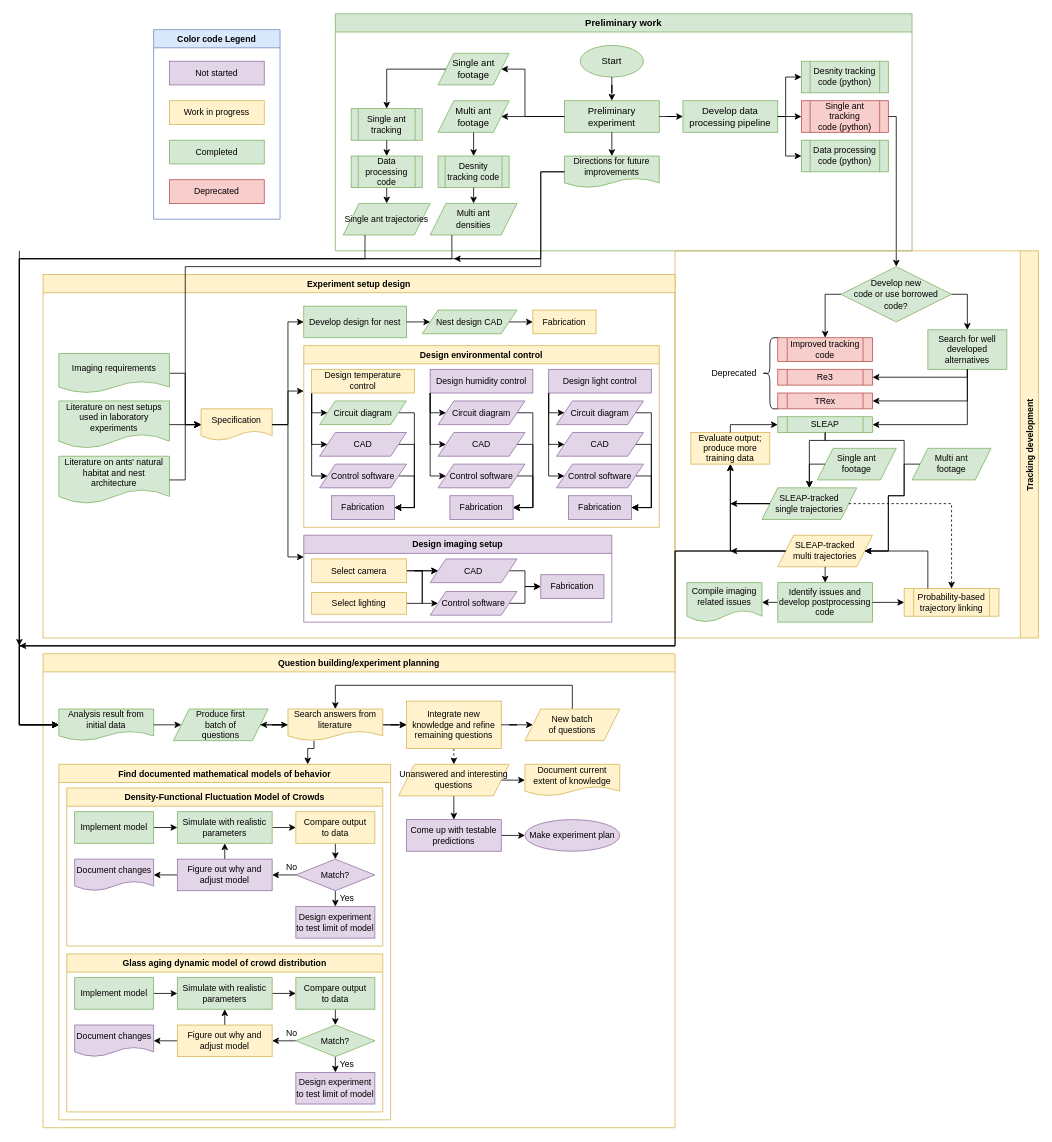
The draw.io diagram research/Progress.drawio in MangledPotat0/diagramsRoot, before the edit. Source tidied: cells renumbered, new cells numbered last; positions are measured from the earlier drawing's top-left corner, leaving out a move shared by most shapes. Both pictures are drawn from the tidied source at 79%, with x=0, y=0 at pixel (19, 13).
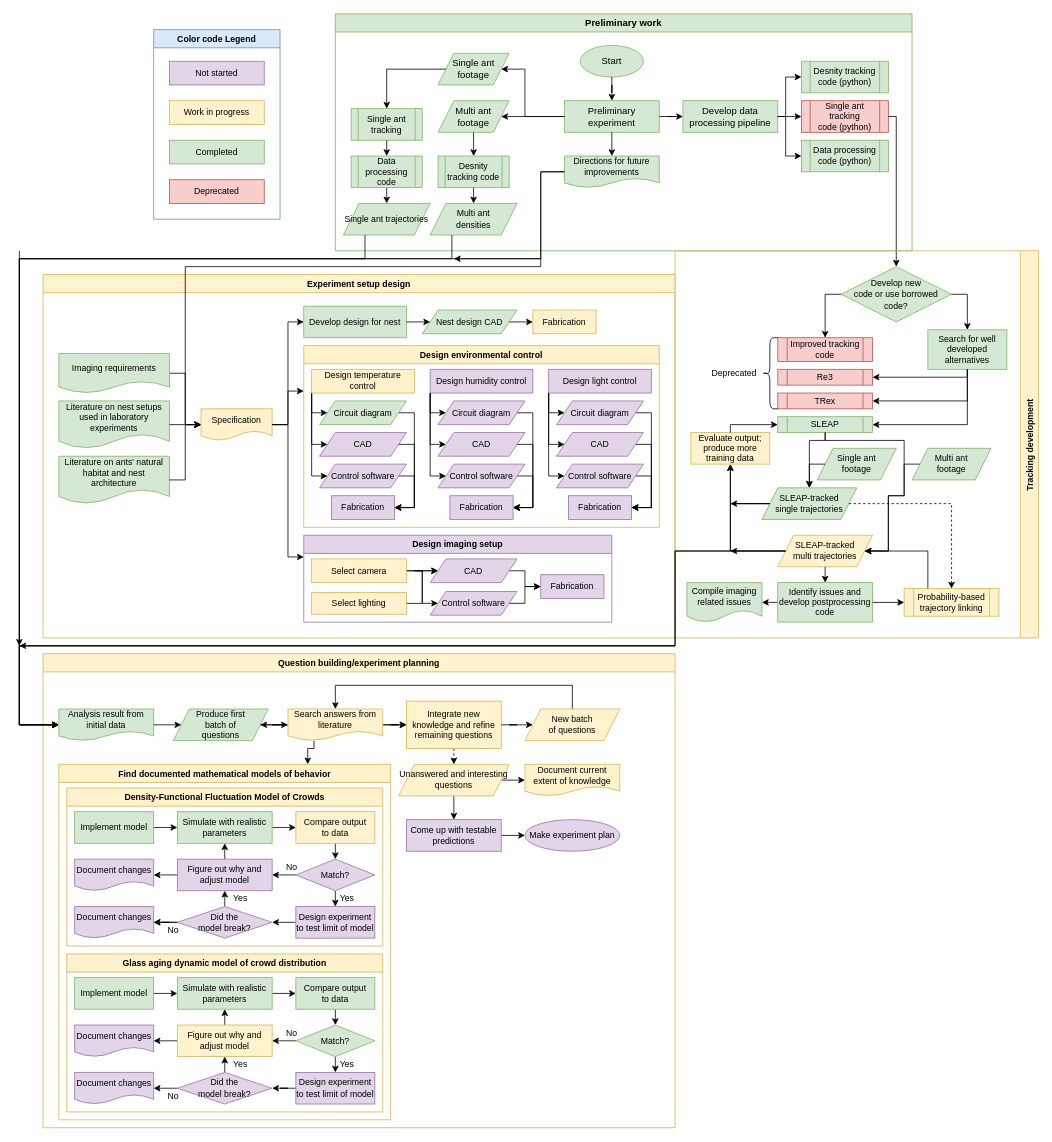
The same page after the edit.

Unchanged cells that the change refers to:
```xml
<mxCell id="152" value="Density-Functional Fluctuation Model of Crowds" style="swimlane;fontSize=11;fillColor=#fff2cc;strokeColor=#d6b656;" parent="151" vertex="1">
  <mxGeometry x="10" y="30" width="400" height="200" as="geometry" />
</mxCell>
<mxCell id="164" value="Figure out why and adjust model" style="rounded=0;whiteSpace=wrap;html=1;fontSize=11;fillColor=#e1d5e7;strokeColor=#9673a6;" parent="152" vertex="1">
  <mxGeometry x="140" y="90" width="120" height="40" as="geometry" />
</mxCell>
<mxCell id="165" value="Design experiment to test limit of model" style="rounded=0;whiteSpace=wrap;html=1;fontSize=11;fillColor=#e1d5e7;strokeColor=#9673a6;" parent="152" vertex="1">
  <mxGeometry x="290" y="150" width="100" height="40" as="geometry" />
</mxCell>
<mxCell id="169" value="Glass aging dynamic model of crowd distribution" style="swimlane;fontSize=11;fillColor=#fff2cc;strokeColor=#d6b656;" parent="151" vertex="1">
  <mxGeometry x="10" y="240" width="400" height="200" as="geometry" />
</mxCell>
<mxCell id="182" value="Design experiment to test limit of model" style="rounded=0;whiteSpace=wrap;html=1;fontSize=11;fillColor=#e1d5e7;strokeColor=#9673a6;" parent="169" vertex="1">
  <mxGeometry x="290" y="150" width="100" height="40" as="geometry" />
</mxCell>
```

Change to the diagram source:
```diff
@@
+    <mxCell id="199" style="edgeStyle=orthogonalEdgeStyle;rounded=0;jettySize=auto;html=1;exitX=0;exitY=0.5;exitDx=0;exitDy=0;entryX=1;entryY=0.5;entryDx=0;entryDy=0;" parent="152" edge="1" source="165" target="203">
+      <mxGeometry relative="1" as="geometry" />
+    </mxCell>
@@
+    <mxCell id="200" style="edgeStyle=orthogonalEdgeStyle;rounded=0;jettySize=auto;html=1;exitX=0.5;exitY=0;exitDx=0;exitDy=0;entryX=0.5;entryY=1;entryDx=0;entryDy=0;" parent="152" edge="1" source="203" target="164">
+      <mxGeometry relative="1" as="geometry" />
+    </mxCell>
+    <mxCell id="201" style="edgeStyle=orthogonalEdgeStyle;rounded=0;jettySize=auto;html=1;" parent="152" edge="1" source="203" target="207">
+      <mxGeometry relative="1" as="geometry" />
+    </mxCell>
+    <mxCell id="202" style="edgeStyle=orthogonalEdgeStyle;rounded=0;jettySize=auto;html=1;exitX=0;exitY=0.5;exitDx=0;exitDy=0;entryX=0.673;entryY=0.01;entryDx=0;entryDy=0;entryPerimeter=0;" parent="152" edge="1" source="203" target="205">
+      <mxGeometry relative="1" as="geometry" />
+    </mxCell>
+    <mxCell id="203" value="&lt;div&gt;Did the &lt;br&gt;&lt;/div&gt;&lt;div&gt;model break?&lt;/div&gt;" style="rhombus;whiteSpace=wrap;html=1;fontSize=11;fillColor=#e1d5e7;strokeColor=#9673a6;" parent="152" vertex="1">
+      <mxGeometry x="140" y="150" width="120" height="40" as="geometry" />
+    </mxCell>
+    <mxCell id="204" value="Yes" style="text;html=1;strokeColor=none;fillColor=none;align=center;verticalAlign=middle;whiteSpace=wrap;rounded=0;fontSize=11;" parent="152" vertex="1">
+      <mxGeometry x="200" y="130" width="40" height="20" as="geometry" />
+    </mxCell>
+    <mxCell id="205" value="No" style="text;html=1;strokeColor=none;fillColor=none;align=center;verticalAlign=middle;whiteSpace=wrap;rounded=0;fontSize=11;" parent="152" vertex="1">
+      <mxGeometry x="120" y="170" width="30" height="20" as="geometry" />
+    </mxCell>
+    <mxCell id="206" style="edgeStyle=orthogonalEdgeStyle;rounded=0;jettySize=auto;html=1;exitX=0;exitY=0.5;exitDx=0;exitDy=0;entryX=1;entryY=0.5;entryDx=0;entryDy=0;fontSize=11;" parent="152" edge="1" target="207">
+      <mxGeometry relative="1" as="geometry">
+        <mxPoint x="140" y="170" as="sourcePoint" />
+      </mxGeometry>
+    </mxCell>
+    <mxCell id="207" value="Document changes" style="shape=document;whiteSpace=wrap;html=1;boundedLbl=1;fontSize=11;fillColor=#e1d5e7;strokeColor=#9673a6;" parent="152" vertex="1">
+      <mxGeometry x="10" y="150" width="100" height="40" as="geometry" />
+    </mxCell>
@@
+    <mxCell id="208" style="edgeStyle=orthogonalEdgeStyle;rounded=0;jettySize=auto;html=1;exitX=0;exitY=0.5;exitDx=0;exitDy=0;" parent="169" edge="1" source="182" target="211">
+      <mxGeometry relative="1" as="geometry" />
+    </mxCell>
@@
+    <mxCell id="209" style="edgeStyle=orthogonalEdgeStyle;rounded=0;jettySize=auto;html=1;exitX=0.5;exitY=0;exitDx=0;exitDy=0;entryX=0;entryY=0;entryDx=0;entryDy=0;" parent="169" edge="1" source="211" target="212">
+      <mxGeometry relative="1" as="geometry" />
+    </mxCell>
+    <mxCell id="210" style="edgeStyle=orthogonalEdgeStyle;rounded=0;jettySize=auto;html=1;exitX=0;exitY=0.5;exitDx=0;exitDy=0;entryX=1;entryY=0.5;entryDx=0;entryDy=0;" parent="169" edge="1" source="211" target="214">
+      <mxGeometry relative="1" as="geometry" />
+    </mxCell>
+    <mxCell id="211" value="&lt;div&gt;Did the &lt;br&gt;&lt;/div&gt;&lt;div&gt;model break?&lt;/div&gt;" style="rhombus;whiteSpace=wrap;html=1;fontSize=11;fillColor=#e1d5e7;strokeColor=#9673a6;" parent="169" vertex="1">
+      <mxGeometry x="140" y="150" width="120" height="40" as="geometry" />
+    </mxCell>
+    <mxCell id="212" value="Yes" style="text;html=1;strokeColor=none;fillColor=none;align=center;verticalAlign=middle;whiteSpace=wrap;rounded=0;fontSize=11;" parent="169" vertex="1">
+      <mxGeometry x="200" y="130" width="40" height="20" as="geometry" />
+    </mxCell>
+    <mxCell id="213" value="No" style="text;html=1;strokeColor=none;fillColor=none;align=center;verticalAlign=middle;whiteSpace=wrap;rounded=0;fontSize=11;" parent="169" vertex="1">
+      <mxGeometry x="120" y="170" width="30" height="20" as="geometry" />
+    </mxCell>
+    <mxCell id="214" value="Document changes" style="shape=document;whiteSpace=wrap;html=1;boundedLbl=1;fontSize=11;fillColor=#e1d5e7;strokeColor=#9673a6;" parent="169" vertex="1">
+      <mxGeometry x="10" y="150" width="100" height="40" as="geometry" />
+    </mxCell>
```
